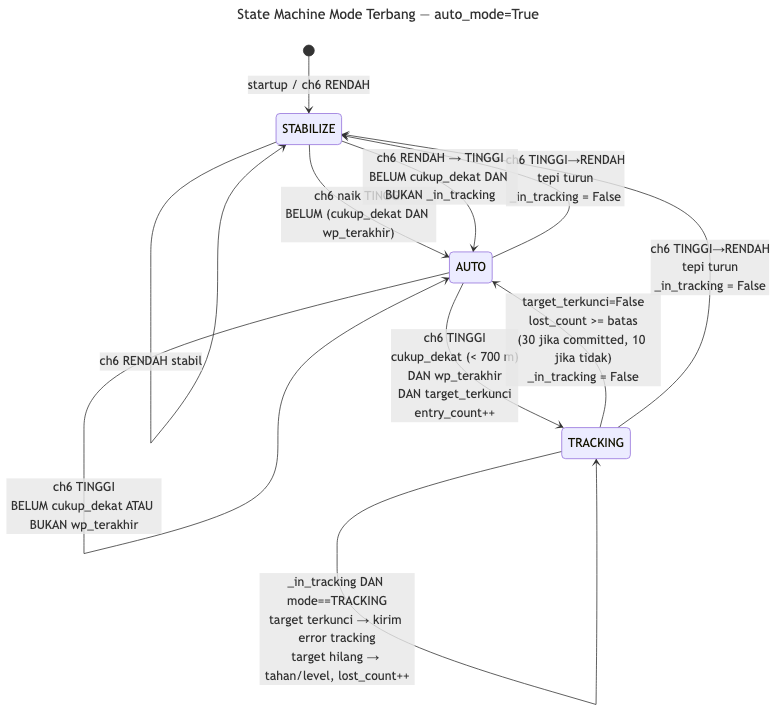
Before: docs/chart_02_mode_state.png, a diagram exported from Mermaid (musaelhanafi/drone-seeker). Its source is kept beside it as docs/chart_02_mode_state.mmd.
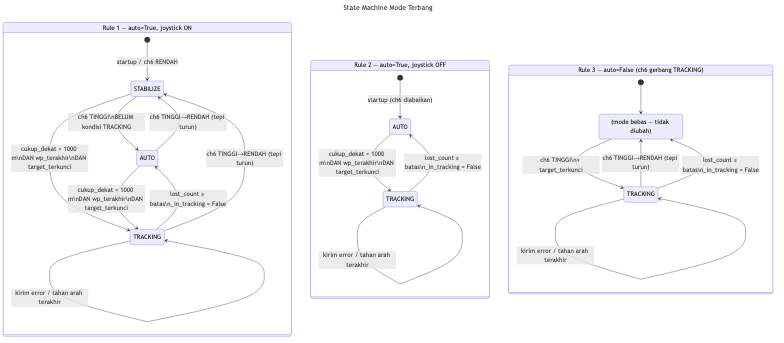
The same file after the commit.

Commit message:
fix tracking option

Diff of the diagram source:
```diff
@@ -1,23 +1,37 @@
 ---
-title: State Machine Mode Terbang — auto_mode=True
+title: State Machine Mode Terbang
 ---
 stateDiagram-v2
-    [*] --> STABILIZE : startup / ch6 RENDAH
 
-    STABILIZE --> STABILIZE : ch6 RENDAH stabil
+    state "Rule 1 — auto=True, joystick ON" as R1 {
+        [*]    --> STAB1    : startup / ch6 RENDAH
+        STAB1  --> AUTO1    : ch6 TINGGI\nBELUM kondisi TRACKING
+        AUTO1  --> STAB1    : ch6 TINGGI→RENDAH (tepi turun)
+        STAB1  --> TRACK1   : cukup_dekat < 1000 m\nDAN wp_terakhir\nDAN target_terkunci
+        AUTO1  --> TRACK1   : cukup_dekat < 1000 m\nDAN wp_terakhir\nDAN target_terkunci
+        TRACK1 --> TRACK1   : kirim error / tahan arah terakhir
+        TRACK1 --> AUTO1    : lost_count ≥ batas\n_in_tracking = False
+        TRACK1 --> STAB1    : ch6 TINGGI→RENDAH (tepi turun)
+        STAB1  : STABILIZE
+        AUTO1  : AUTO
+        TRACK1 : TRACKING
+    }
 
-    STABILIZE --> AUTO : ch6 naik TINGGI<br/>BELUM (cukup_dekat DAN wp_terakhir)
+    state "Rule 2 — auto=True, joystick OFF" as R2 {
+        [*]    --> AUTO2    : startup (ch6 diabaikan)
+        AUTO2  --> TRACK2   : cukup_dekat < 1000 m\nDAN wp_terakhir\nDAN target_terkunci
+        TRACK2 --> TRACK2   : kirim error / tahan arah terakhir
+        TRACK2 --> AUTO2    : lost_count ≥ batas\n_in_tracking = False
+        AUTO2  : AUTO
+        TRACK2 : TRACKING
+    }
 
-    AUTO --> AUTO : ch6 TINGGI<br/>BELUM cukup_dekat ATAU BUKAN wp_terakhir
-
-    AUTO --> TRACKING : ch6 TINGGI<br/>cukup_dekat (< 700 m)<br/>DAN wp_terakhir<br/>DAN target_terkunci<br/>entry_count++
-
-    TRACKING --> TRACKING : _in_tracking DAN mode==TRACKING<br/>target terkunci → kirim error tracking<br/>target hilang → tahan/level, lost_count++
-
-    TRACKING --> AUTO : target_terkunci=False<br/>lost_count >= batas<br/>(30 jika committed, 10 jika tidak)<br/>_in_tracking = False
-
-    TRACKING --> STABILIZE : ch6 TINGGI→RENDAH<br/>tepi turun<br/>_in_tracking = False
-
-    AUTO --> STABILIZE : ch6 TINGGI→RENDAH<br/>tepi turun<br/>_in_tracking = False
-
-    STABILIZE --> AUTO : ch6 RENDAH → TINGGI<br/>BELUM cukup_dekat DAN BUKAN _in_tracking
+    state "Rule 3 — auto=False (ch6 gerbang TRACKING)" as R3 {
+        [*]    --> FREE3
+        FREE3  --> TRACK3   : ch6 TINGGI\n+ target_terkunci
+        TRACK3 --> TRACK3   : kirim error / tahan arah terakhir
+        TRACK3 --> FREE3    : ch6 TINGGI→RENDAH (tepi turun)
+        TRACK3 --> FREE3    : lost_count ≥ batas\n_in_tracking = False
+        FREE3  : (mode bebas — tidak diubah)
+        TRACK3 : TRACKING
+    }
```
